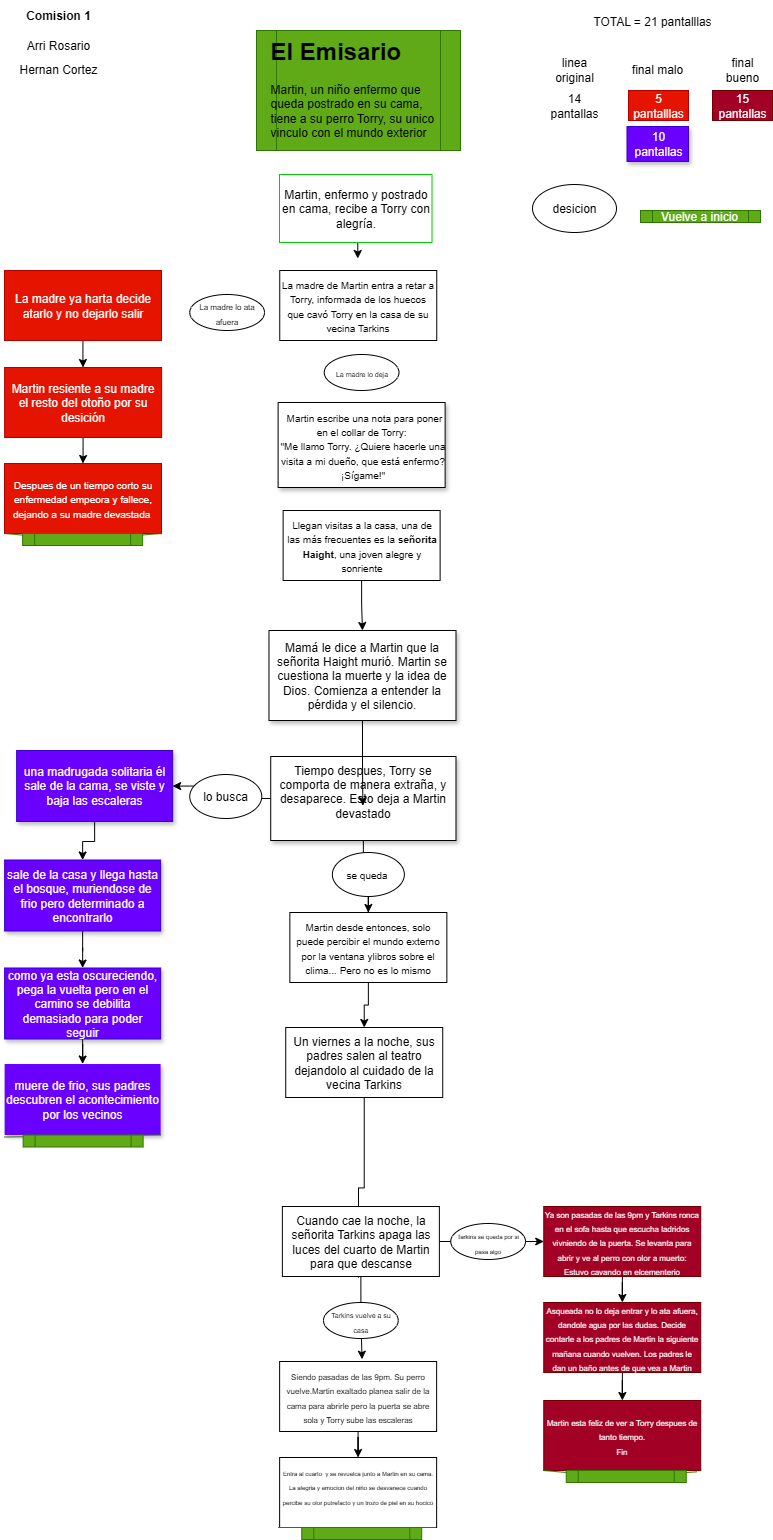
ro276/pmiw keeps this draw.io diagram as Diagrama E Emisario.drawio.png. Above is the earlier version. Source tidied: cells renumbered, new cells last; positions are measured from the earlier drawing's top-left corner, leaving out a move shared by most shapes.
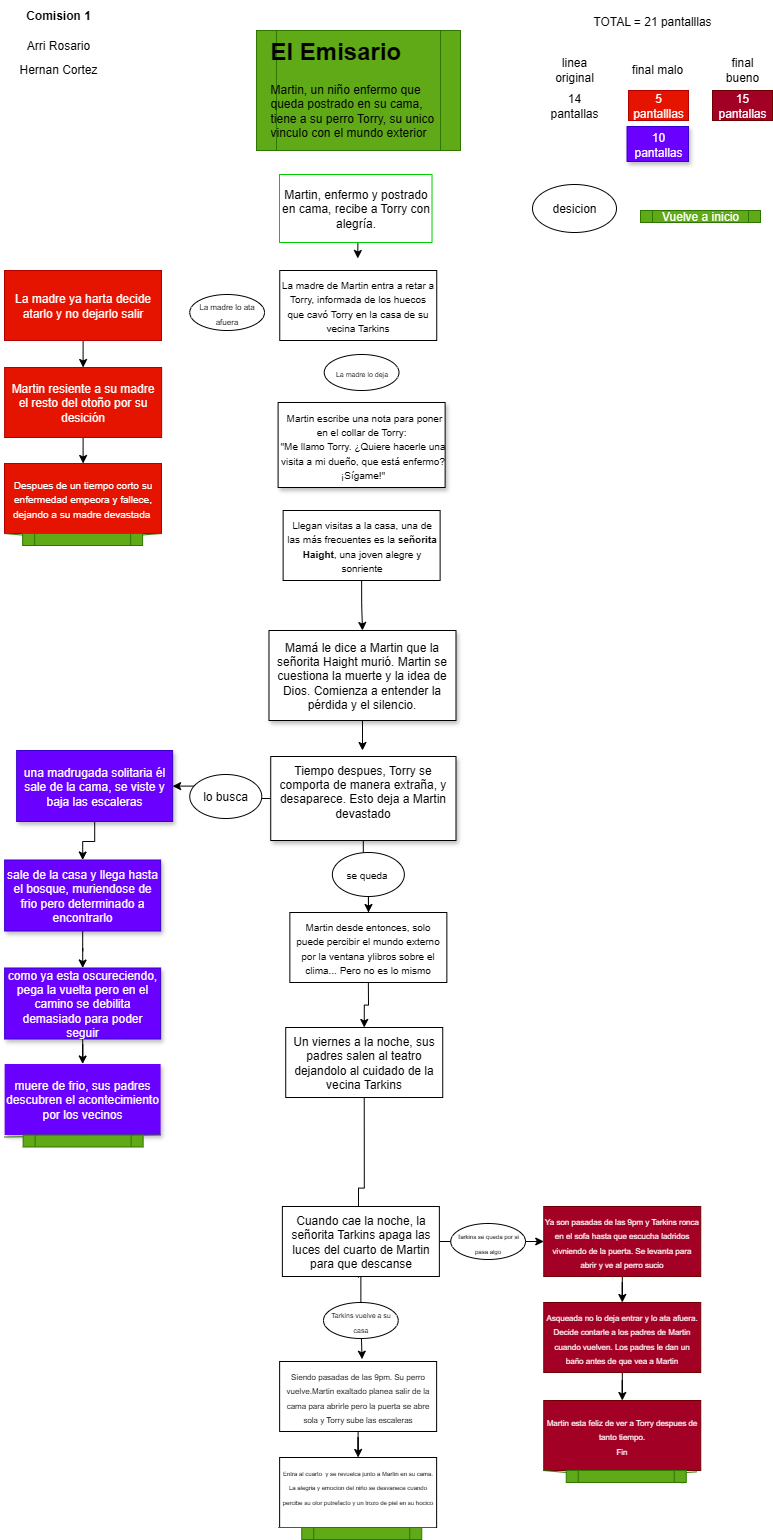
The same diagram one commit later.

Change to the diagram source:
```diff
@@ -66,9 +66,9 @@
     <mxCell id="21" value="&lt;h1 style=&quot;margin-top: 0px;&quot;&gt;El Emisario&lt;/h1&gt;&lt;p&gt;Martin, un niño enfermo que queda postrado en su cama, tiene a su perro Torry, su unico vinculo con el mundo exterior&lt;/p&gt;" style="text;html=1;whiteSpace=wrap;overflow=hidden;rounded=0;" parent="1" vertex="1">
       <mxGeometry x="263.5" y="30" width="180" height="120" as="geometry" />
     </mxCell>
-    <mxCell id="22" style="edgeStyle=orthogonalEdgeStyle;rounded=0;jettySize=auto;html=1;exitX=0.5;exitY=1;exitDx=0;exitDy=0;entryX=0.531;entryY=0.003;entryDx=0;entryDy=0;entryPerimeter=0;" parent="1" edge="1" source="13">
+    <mxCell id="22" style="edgeStyle=orthogonalEdgeStyle;rounded=0;jettySize=auto;html=1;exitX=0.5;exitY=1;exitDx=0;exitDy=0;" parent="1" edge="1" source="13">
       <mxGeometry relative="1" as="geometry">
-        <mxPoint x="358.4" y="805.2" as="targetPoint" />
+        <mxPoint x="358" y="750" as="targetPoint" />
       </mxGeometry>
     </mxCell>
     <mxCell id="23" value="&lt;font style=&quot;font-size: 10px; color: rgb(255, 255, 255);&quot;&gt;Despues de un tiempo corto su enfermedad empeora y fallece, dejando a su madre devastada&amp;nbsp;&lt;/font&gt;" style="rounded=0;whiteSpace=wrap;html=1;fillColor=#e51400;strokeColor=#B20000;fontColor=#ffffff;" parent="1" vertex="1">
@@ -89,7 +89,7 @@
     <mxCell id="28" style="edgeStyle=orthogonalEdgeStyle;rounded=0;jettySize=auto;html=1;" parent="1" edge="1" source="29" target="35">
       <mxGeometry relative="1" as="geometry" />
     </mxCell>
-    <mxCell id="29" value="&lt;span style=&quot;font-size: 8px;&quot;&gt;Ya son pasadas de las 9pm y Tarkins ronca en el sofa hasta que escucha ladridos vivniendo de la puerta. Se levanta para abrir y ve al perro con olor a muerto: Estuvo cavando en elcementerio&lt;/span&gt;" style="rounded=0;whiteSpace=wrap;html=1;fillColor=#a20025;strokeColor=#6F0000;fontColor=#ffffff;" parent="1" vertex="1">
+    <mxCell id="29" value="&lt;span style=&quot;font-size: 8px;&quot;&gt;Ya son pasadas de las 9pm y Tarkins ronca en el sofa hasta que escucha ladridos vivniendo de la puerta. Se levanta para abrir y ve al perro sucio&lt;/span&gt;" style="rounded=0;whiteSpace=wrap;html=1;fillColor=#a20025;strokeColor=#6F0000;fontColor=#ffffff;" parent="1" vertex="1">
       <mxGeometry x="539.2" y="1206" width="157" height="70" as="geometry" />
     </mxCell>
     <mxCell id="30" value="&lt;font style=&quot;font-size: 6px;&quot;&gt;Entra al cuarto&amp;nbsp; y se revuelca junto a Martin en su cama. La alegria y emocion del niño se desvanece cuando percibe su olor putrefacto y un trozo de piel en su hocico&lt;/font&gt;&lt;div&gt;&lt;br&gt;&lt;/div&gt;" style="rounded=0;whiteSpace=wrap;html=1;" parent="1" vertex="1">
@@ -107,7 +107,7 @@
     <mxCell id="34" style="edgeStyle=orthogonalEdgeStyle;rounded=0;jettySize=auto;html=1;" parent="1" edge="1" source="35" target="36">
       <mxGeometry relative="1" as="geometry" />
     </mxCell>
-    <mxCell id="35" value="&lt;span style=&quot;font-size: 8px;&quot;&gt;Asqueada no lo deja entrar y lo ata afuera, dandole agua por las dudas. Decide contarle a los padres de Martin la siguiente mañana cuando vuelven. Los padres le dan un baño antes de que vea a Martin&lt;/span&gt;" style="rounded=0;whiteSpace=wrap;html=1;fillColor=#a20025;strokeColor=#6F0000;fontColor=#ffffff;" parent="1" vertex="1">
+    <mxCell id="35" value="&lt;span style=&quot;font-size: 8px;&quot;&gt;Asqueada no lo deja entrar y lo ata afuera. Decide contarle a los padres de Martin cuando vuelven. Los padres le dan un baño antes de que vea a Martin&lt;/span&gt;" style="rounded=0;whiteSpace=wrap;html=1;fillColor=#a20025;strokeColor=#6F0000;fontColor=#ffffff;" parent="1" vertex="1">
       <mxGeometry x="539.2" y="1302" width="157" height="70" as="geometry" />
     </mxCell>
     <mxCell id="36" value="&lt;span style=&quot;font-size: 8px;&quot;&gt;Martin esta feliz de ver a Torry despues de tanto tiempo.&lt;/span&gt;&lt;div&gt;&lt;span style=&quot;font-size: 8px;&quot;&gt;Fin&lt;/span&gt;&lt;/div&gt;" style="rounded=0;whiteSpace=wrap;html=1;fillColor=#a20025;strokeColor=#6F0000;fontColor=#ffffff;" parent="1" vertex="1">
```
